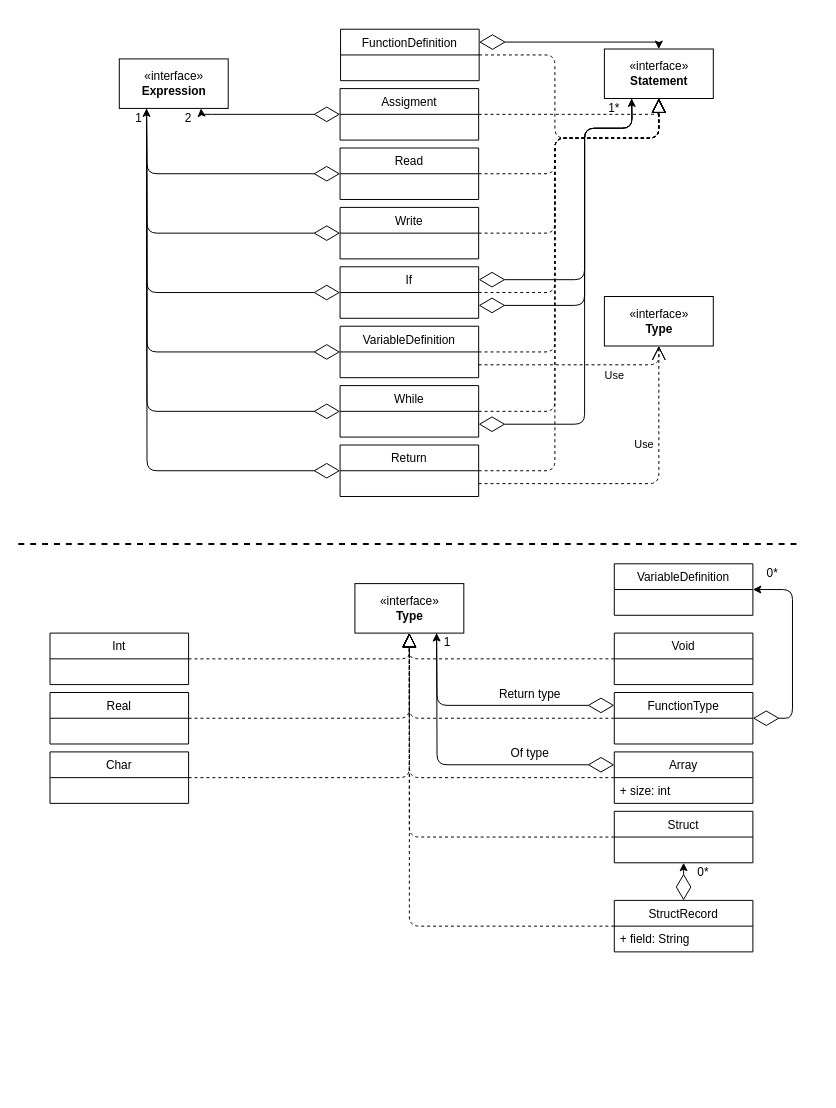
Before: Statement.drawio in EnriqueJRodriguez/DLP, a draw.io diagram. Source tidied: cells renumbered, new cells numbered last; positions are measured from the earlier drawing's top-left corner, leaving out a move shared by most shapes. Both pictures are drawn from the tidied source at 99%, with x=0, y=0 at pixel (18, 29).
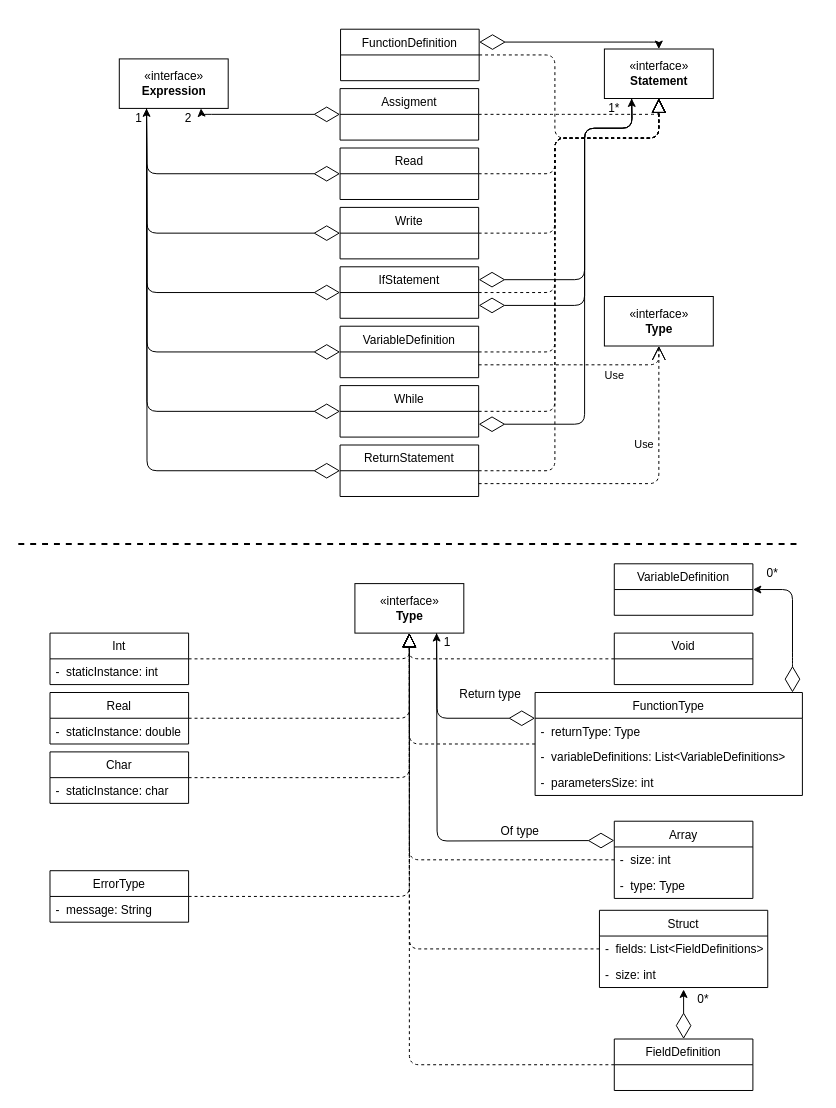
Above is the later version.

The change refers to these unchanged cells:
```xml
<mxCell id="35" value="«interface»&lt;br&gt;&lt;b&gt;Type&lt;/b&gt;" style="html=1;" parent="1" vertex="1">
  <mxGeometry x="340" y="560" width="110" height="50" as="geometry" />
</mxCell>
<mxCell id="36" value="Int" style="swimlane;fontStyle=0;horizontal=1;startSize=26;fillColor=none;" parent="1" vertex="1">
  <mxGeometry x="32" y="610" width="140" height="52" as="geometry" />
</mxCell>
<mxCell id="38" value="Char" style="swimlane;fontStyle=0;horizontal=1;startSize=26;fillColor=none;" parent="1" vertex="1">
  <mxGeometry x="32" y="730" width="140" height="52" as="geometry" />
</mxCell>
<mxCell id="56" value="VariableDefinition" style="swimlane;fontStyle=0;horizontal=1;startSize=26;fillColor=none;" parent="1" vertex="1">
  <mxGeometry x="602" y="540" width="140" height="52" as="geometry" />
</mxCell>
```

Change to the diagram source:
```diff
@@
-    <mxCell id="8" value="If" style="swimlane;fontStyle=0;horizontal=1;startSize=26;fillColor=none;" parent="1" vertex="1">
+    <mxCell id="8" value="IfStatement" style="swimlane;fontStyle=0;horizontal=1;startSize=26;fillColor=none;" parent="1" vertex="1">
       <mxGeometry x="325" y="240" width="140" height="52" as="geometry" />
     </mxCell>
@@
-    <mxCell id="11" value="Return" style="swimlane;fontStyle=0;horizontal=1;startSize=26;fillColor=none;" parent="1" vertex="1">
+    <mxCell id="11" value="ReturnStatement" style="swimlane;fontStyle=0;horizontal=1;startSize=26;fillColor=none;" parent="1" vertex="1">
       <mxGeometry x="325" y="420" width="140" height="52" as="geometry" />
     </mxCell>
@@
+    <mxCell id="67" value="-  staticInstance: int" style="text;strokeColor=none;fillColor=none;align=left;verticalAlign=top;spacingLeft=4;spacingRight=4;overflow=hidden;" parent="36" vertex="1">
+      <mxGeometry y="26" width="140" height="26" as="geometry" />
+    </mxCell>
@@
+    <mxCell id="68" value="-  staticInstance: char" style="text;strokeColor=none;fillColor=none;align=left;verticalAlign=top;spacingLeft=4;spacingRight=4;overflow=hidden;" parent="38" vertex="1">
+      <mxGeometry y="26" width="140" height="26" as="geometry" />
+    </mxCell>
     <mxCell id="39" value="FunctionType" style="swimlane;fontStyle=0;horizontal=1;startSize=26;fillColor=none;" parent="1" vertex="1">
-      <mxGeometry x="602" y="670" width="140" height="52" as="geometry" />
+      <mxGeometry x="522" y="670" width="270" height="104" as="geometry" />
     </mxCell>
+    <mxCell id="69" value="-  returnType: Type" style="text;strokeColor=none;fillColor=none;align=left;verticalAlign=top;spacingLeft=4;spacingRight=4;overflow=hidden;" parent="39" vertex="1">
+      <mxGeometry y="26" width="270" height="26" as="geometry" />
+    </mxCell>
+    <mxCell id="70" value="-  variableDefinitions: List&lt;VariableDefinitions&gt;" style="text;strokeColor=none;fillColor=none;align=left;verticalAlign=top;spacingLeft=4;spacingRight=4;overflow=hidden;" parent="39" vertex="1">
+      <mxGeometry y="52" width="270" height="26" as="geometry" />
+    </mxCell>
+    <mxCell id="71" value="-  parametersSize: int" style="text;strokeColor=none;fillColor=none;align=left;verticalAlign=top;spacingLeft=4;spacingRight=4;overflow=hidden;" parent="39" vertex="1">
+      <mxGeometry y="78" width="270" height="26" as="geometry" />
+    </mxCell>
@@
-    <mxCell id="41" value="Array" style="swimlane;fontStyle=0;horizontal=1;startSize=26;fillColor=none;" parent="1" vertex="1">
-      <mxGeometry x="602" y="730" width="140" height="52" as="geometry" />
-    </mxCell>
-    <mxCell id="42" value="+ size: int" style="text;strokeColor=none;fillColor=none;align=left;verticalAlign=top;spacingLeft=4;spacingRight=4;overflow=hidden;" parent="41" vertex="1">
-      <mxGeometry y="26" width="140" height="26" as="geometry" />
-    </mxCell>
@@
     <mxCell id="47" style="endArrow=block;dashed=1;endFill=0;endSize=12;html=1;strokeWidth=1;exitX=0;exitY=0.5;exitDx=0;exitDy=0;entryX=0.5;entryY=1;entryDx=0;entryDy=0;" parent="1" edge="1" source="39" target="35">
       <mxGeometry relative="1" as="geometry">
         <Array as="points">
-          <mxPoint x="395" y="696" />
+          <mxPoint x="395" y="722" />
         </Array>
       </mxGeometry>
     </mxCell>
     <mxCell id="48" style="endArrow=block;dashed=1;endFill=0;endSize=12;html=1;strokeWidth=1;exitX=0;exitY=0.5;exitDx=0;exitDy=0;entryX=0.5;entryY=1;entryDx=0;entryDy=0;" parent="1" edge="1" source="41" target="35">
       <mxGeometry relative="1" as="geometry">
         <Array as="points">
-          <mxPoint x="395" y="756" />
+          <mxPoint x="395" y="839" />
         </Array>
       </mxGeometry>
     </mxCell>
-    <mxCell id="49" value="Struct" style="swimlane;fontStyle=0;horizontal=1;startSize=26;fillColor=none;" parent="1" vertex="1">
-      <mxGeometry x="602" y="790" width="140" height="52" as="geometry" />
-    </mxCell>
     <mxCell id="50" style="endArrow=block;dashed=1;endFill=0;endSize=12;html=1;strokeWidth=1;exitX=0;exitY=0.5;exitDx=0;exitDy=0;entryX=0.5;entryY=1;entryDx=0;entryDy=0;" parent="1" edge="1" source="49" target="35">
       <mxGeometry relative="1" as="geometry">
         <Array as="points">
-          <mxPoint x="395" y="816" />
+          <mxPoint x="395" y="929" />
         </Array>
       </mxGeometry>
     </mxCell>
     <mxCell id="51" style="endArrow=diamondThin;endFill=0;endSize=24;html=1;strokeWidth=1;entryX=0;entryY=0.25;entryDx=0;entryDy=0;exitX=0.75;exitY=1;exitDx=0;exitDy=0;startArrow=classic;startFill=1;" parent="1" edge="1" source="35" target="41">
       <mxGeometry relative="1" as="geometry">
         <Array as="points">
-          <mxPoint x="423" y="743" />
+          <mxPoint x="423" y="820" />
         </Array>
       </mxGeometry>
     </mxCell>
@@
     <mxCell id="53" value="Of type" style="text;html=1;strokeColor=none;fillColor=none;align=center;verticalAlign=middle;whiteSpace=wrap;rounded=0;" parent="1" vertex="1">
-      <mxGeometry x="492" y="722" width="50" height="20" as="geometry" />
+      <mxGeometry x="482" y="800" width="50" height="20" as="geometry" />
     </mxCell>
     <mxCell id="54" style="endArrow=diamondThin;endFill=0;endSize=24;html=1;strokeWidth=1;entryX=0;entryY=0.25;entryDx=0;entryDy=0;exitX=0.75;exitY=1;exitDx=0;exitDy=0;" parent="1" edge="1" source="35" target="39">
       <mxGeometry relative="1" as="geometry">
         <Array as="points">
-          <mxPoint x="423" y="683" />
+          <mxPoint x="423" y="696" />
         </Array>
       </mxGeometry>
     </mxCell>
     <mxCell id="55" value="Return type" style="text;html=1;strokeColor=none;fillColor=none;align=center;verticalAlign=middle;whiteSpace=wrap;rounded=0;" parent="1" vertex="1">
-      <mxGeometry x="482" y="662" width="70" height="20" as="geometry" />
+      <mxGeometry x="442" y="662" width="70" height="20" as="geometry" />
     </mxCell>
@@
-    <mxCell id="57" style="endArrow=diamondThin;endFill=0;endSize=24;html=1;strokeWidth=1;entryX=1;entryY=0.5;entryDx=0;entryDy=0;exitX=1;exitY=0.5;exitDx=0;exitDy=0;startArrow=classic;startFill=1;" parent="1" edge="1" source="56" target="39">
+    <mxCell id="57" style="endArrow=diamondThin;endFill=0;endSize=24;html=1;strokeWidth=1;exitX=1;exitY=0.5;exitDx=0;exitDy=0;startArrow=classic;startFill=1;" parent="1" edge="1" source="56">
       <mxGeometry relative="1" as="geometry">
+        <mxPoint x="782" y="670" as="targetPoint" />
         <Array as="points">
           <mxPoint x="782" y="566" />
-          <mxPoint x="782" y="696" />
+          <mxPoint x="782" y="640" />
         </Array>
       </mxGeometry>
     </mxCell>
@@
-    <mxCell id="59" value="StructRecord" style="swimlane;fontStyle=0;horizontal=1;startSize=26;fillColor=none;" parent="1" vertex="1">
-      <mxGeometry x="602" y="880" width="140" height="52" as="geometry" />
-    </mxCell>
-    <mxCell id="60" value="+ field: String" style="text;strokeColor=none;fillColor=none;align=left;verticalAlign=top;spacingLeft=4;spacingRight=4;overflow=hidden;" parent="59" vertex="1">
-      <mxGeometry y="26" width="140" height="26" as="geometry" />
-    </mxCell>
-    <mxCell id="61" style="endArrow=diamondThin;endFill=0;endSize=24;html=1;strokeWidth=1;entryX=0.5;entryY=0;entryDx=0;entryDy=0;exitX=0.5;exitY=1;exitDx=0;exitDy=0;startArrow=classic;startFill=1;" parent="1" edge="1" source="49" target="59">
-      <mxGeometry relative="1" as="geometry" />
+    <mxCell id="61" style="endArrow=diamondThin;endFill=0;endSize=24;html=1;strokeWidth=1;entryX=0.5;entryY=0;entryDx=0;entryDy=0;startArrow=classic;startFill=1;" parent="1" edge="1" target="59">
+      <mxGeometry relative="1" as="geometry">
+        <mxPoint x="672" y="970" as="sourcePoint" />
+      </mxGeometry>
     </mxCell>
     <mxCell id="62" style="endArrow=block;dashed=1;endFill=0;endSize=12;html=1;strokeWidth=1;exitX=0;exitY=0.5;exitDx=0;exitDy=0;entryX=0.5;entryY=1;entryDx=0;entryDy=0;" parent="1" edge="1" source="59" target="35">
       <mxGeometry relative="1" as="geometry">
         <Array as="points">
-          <mxPoint x="395" y="906" />
+          <mxPoint x="395" y="1046" />
         </Array>
       </mxGeometry>
     </mxCell>
     <mxCell id="63" value="0*" style="text;html=1;strokeColor=none;fillColor=none;align=center;verticalAlign=middle;whiteSpace=wrap;rounded=0;" parent="1" vertex="1">
-      <mxGeometry x="672" y="842" width="40" height="20" as="geometry" />
+      <mxGeometry x="672" y="970" width="40" height="20" as="geometry" />
     </mxCell>
@@
+    <mxCell id="72" value="ErrorType" style="swimlane;fontStyle=0;horizontal=1;startSize=26;fillColor=none;" parent="1" vertex="1">
+      <mxGeometry x="32" y="850" width="140" height="52" as="geometry" />
+    </mxCell>
+    <mxCell id="73" value="-  message: String" style="text;strokeColor=none;fillColor=none;align=left;verticalAlign=top;spacingLeft=4;spacingRight=4;overflow=hidden;" parent="72" vertex="1">
+      <mxGeometry y="26" width="140" height="26" as="geometry" />
+    </mxCell>
+    <mxCell id="74" style="endArrow=block;dashed=1;endFill=0;endSize=12;html=1;strokeWidth=1;exitX=1;exitY=0.5;exitDx=0;exitDy=0;entryX=0.5;entryY=1;entryDx=0;entryDy=0;" parent="1" edge="1" source="72" target="35">
+      <mxGeometry relative="1" as="geometry">
+        <Array as="points">
+          <mxPoint x="395" y="876" />
+        </Array>
+      </mxGeometry>
+    </mxCell>
+    <mxCell id="75" value="-  staticInstance: double" style="text;strokeColor=none;fillColor=none;align=left;verticalAlign=top;spacingLeft=4;spacingRight=4;overflow=hidden;" parent="1" vertex="1">
+      <mxGeometry x="32" y="696" width="140" height="26" as="geometry" />
+    </mxCell>
+    <mxCell id="41" value="Array" style="swimlane;fontStyle=0;horizontal=1;startSize=26;fillColor=none;" parent="1" vertex="1">
+      <mxGeometry x="602" y="800" width="140" height="78" as="geometry" />
+    </mxCell>
+    <mxCell id="76" value="-  size: int" style="text;strokeColor=none;fillColor=none;align=left;verticalAlign=top;spacingLeft=4;spacingRight=4;overflow=hidden;" parent="41" vertex="1">
+      <mxGeometry y="26" width="140" height="26" as="geometry" />
+    </mxCell>
+    <mxCell id="42" value="-  type: Type" style="text;strokeColor=none;fillColor=none;align=left;verticalAlign=top;spacingLeft=4;spacingRight=4;overflow=hidden;" parent="41" vertex="1">
+      <mxGeometry y="52" width="140" height="26" as="geometry" />
+    </mxCell>
+    <mxCell id="59" value="FieldDefinition" style="swimlane;fontStyle=0;horizontal=1;startSize=26;fillColor=none;" parent="1" vertex="1">
+      <mxGeometry x="602" y="1020" width="140" height="52" as="geometry" />
+    </mxCell>
+    <mxCell id="49" value="Struct" style="swimlane;fontStyle=0;horizontal=1;startSize=26;fillColor=none;" parent="1" vertex="1">
+      <mxGeometry x="587" y="890" width="170" height="78" as="geometry" />
+    </mxCell>
+    <mxCell id="77" value="-  fields: List&lt;FieldDefinitions&gt;" style="text;strokeColor=none;fillColor=none;align=left;verticalAlign=top;spacingLeft=4;spacingRight=4;overflow=hidden;" parent="49" vertex="1">
+      <mxGeometry y="26" width="170" height="26" as="geometry" />
+    </mxCell>
+    <mxCell id="78" value="-  size: int" style="text;strokeColor=none;fillColor=none;align=left;verticalAlign=top;spacingLeft=4;spacingRight=4;overflow=hidden;" parent="49" vertex="1">
+      <mxGeometry y="52" width="170" height="26" as="geometry" />
+    </mxCell>
```
